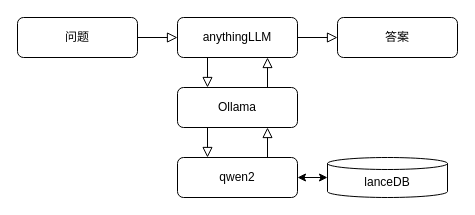
This is my-website/static/anythingLLM-answer.drawio from sun-guannan/install-docker-guide, a draw.io file, before an edit. Source tidied: cells renumbered, new cells numbered last; positions are measured from the earlier drawing's top-left corner, leaving out a move shared by most shapes. Both pictures are drawn from the tidied source at 100%, with x=0, y=0 at pixel (17, 17).
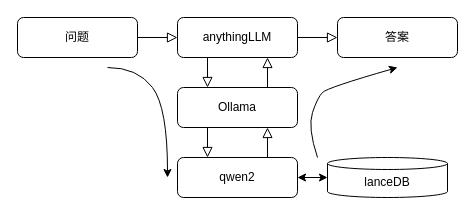
The same diagram, later.

Diff of the diagram source:
```diff
@@
+    <mxCell id="15" style="curved=1;endArrow=classic;html=1;rounded=0;" parent="1" edge="1">
+      <mxGeometry relative="1" as="geometry">
+        <mxPoint x="90" y="50" as="sourcePoint" />
+        <mxPoint x="150" y="160" as="targetPoint" />
+        <Array as="points">
+          <mxPoint x="120" y="50" />
+          <mxPoint x="150" y="90" />
+        </Array>
+      </mxGeometry>
+    </mxCell>
+    <mxCell id="16" style="curved=1;endArrow=classic;html=1;rounded=0;" parent="1" edge="1">
+      <mxGeometry relative="1" as="geometry">
+        <mxPoint x="300" y="140" as="sourcePoint" />
+        <mxPoint x="380" y="50" as="targetPoint" />
+        <Array as="points">
+          <mxPoint x="290" y="110" />
+          <mxPoint x="300" y="80" />
+          <mxPoint x="310" y="70" />
+        </Array>
+      </mxGeometry>
+    </mxCell>
```
